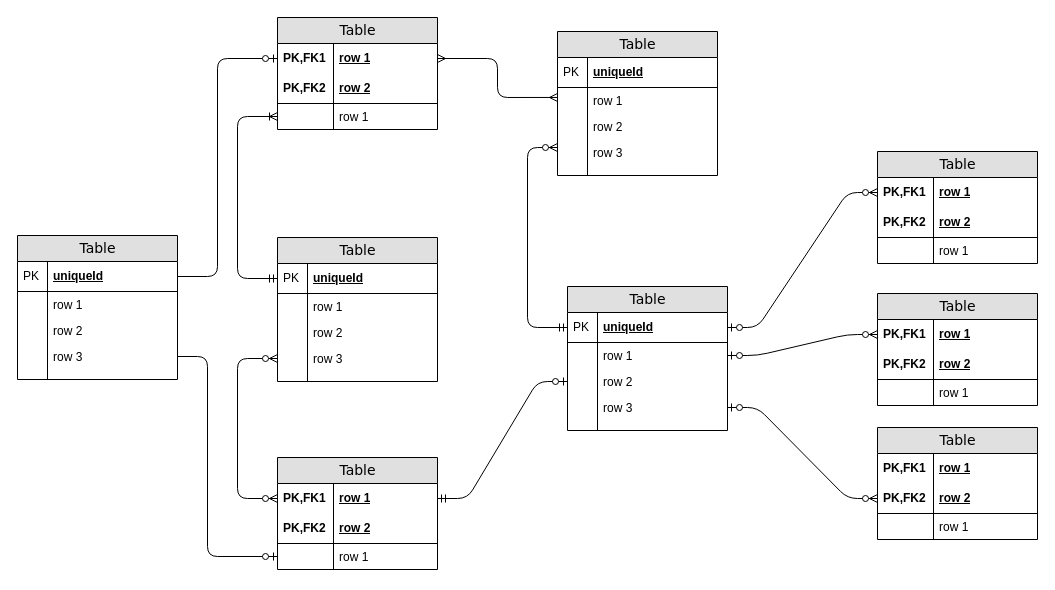
Earlier version of the draw.io diagram 資料庫結構.drawio (funwilliam/TestData-Platform). Source tidied: cells renumbered, new cells numbered last; positions are measured from the earlier drawing's top-left corner, leaving out a move shared by most shapes. Both pictures are drawn from the tidied source at 100%, with x=0, y=0 at pixel (17, 17).
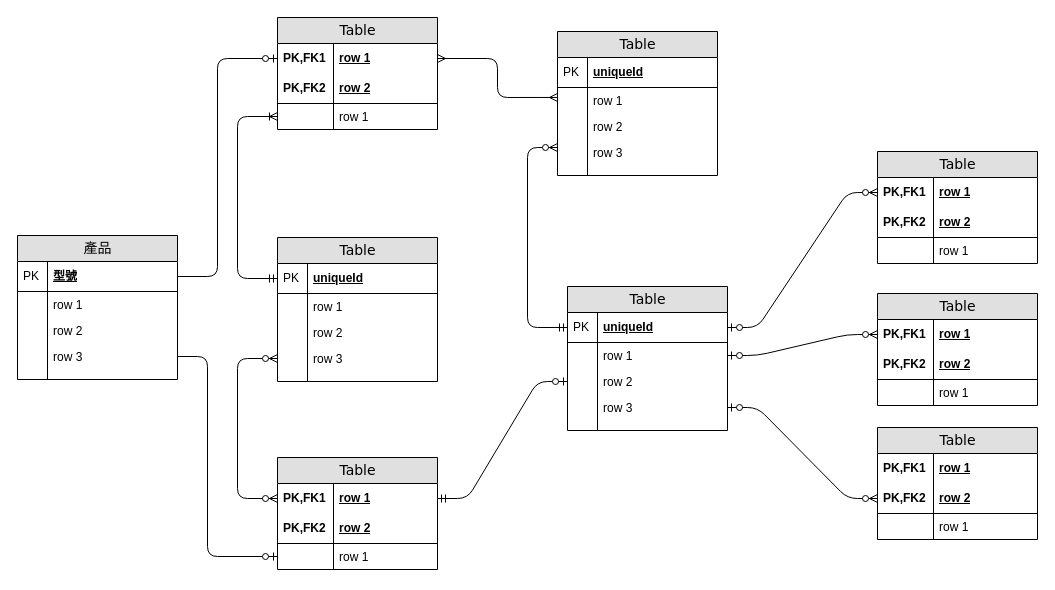
The same diagram, later.

Commit message:
更新資料庫結構.drawio

Change to the diagram source:
```diff
@@
-    <mxCell id="78" value="Table" style="swimlane;html=1;fontStyle=0;horizontal=1;startSize=26;fillColor=#e0e0e0;swimlaneFillColor=#ffffff;align=center;rounded=0;shadow=0;comic=0;labelBackgroundColor=none;strokeWidth=1;fontFamily=Verdana;fontSize=14;" parent="1" vertex="1">
+    <mxCell id="78" value="產品" style="swimlane;html=1;fontStyle=0;horizontal=1;startSize=26;fillColor=#e0e0e0;swimlaneFillColor=#ffffff;align=center;rounded=0;shadow=0;comic=0;labelBackgroundColor=none;strokeWidth=1;fontFamily=Verdana;fontSize=14;" parent="1" vertex="1">
       <mxGeometry y="218" width="160" height="144" as="geometry" />
     </mxCell>
-    <mxCell id="79" value="uniqueId" style="shape=partialRectangle;top=0;left=0;right=0;bottom=1;html=1;align=left;verticalAlign=middle;fillColor=none;spacingLeft=34;spacingRight=4;whiteSpace=wrap;overflow=hidden;points=[[0,0.5],[1,0.5]];portConstraint=eastwest;fontStyle=5;" parent="78" vertex="1">
+    <mxCell id="79" value="型號" style="shape=partialRectangle;top=0;left=0;right=0;bottom=1;html=1;align=left;verticalAlign=middle;fillColor=none;spacingLeft=34;spacingRight=4;whiteSpace=wrap;overflow=hidden;points=[[0,0.5],[1,0.5]];portConstraint=eastwest;fontStyle=5;" parent="78" vertex="1">
       <mxGeometry y="26" width="160" height="30" as="geometry" />
     </mxCell>
```
